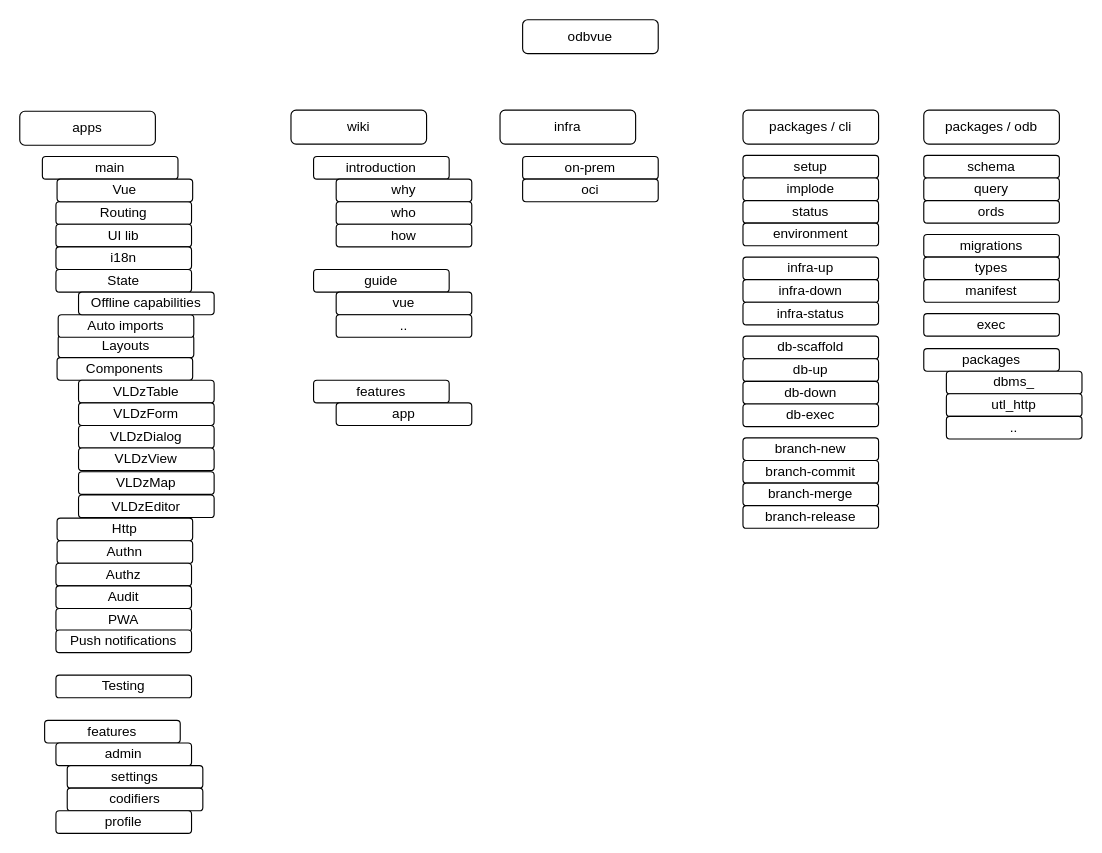
The draw.io diagram roadmap.drawio in odbvue/odbvue, before the edit. Source tidied: cells renumbered, new cells numbered last; positions are measured from the earlier drawing's top-left corner, leaving out a move shared by most shapes. Both pictures are drawn from the tidied source at 113%, with x=0, y=0 at pixel (19, 19).
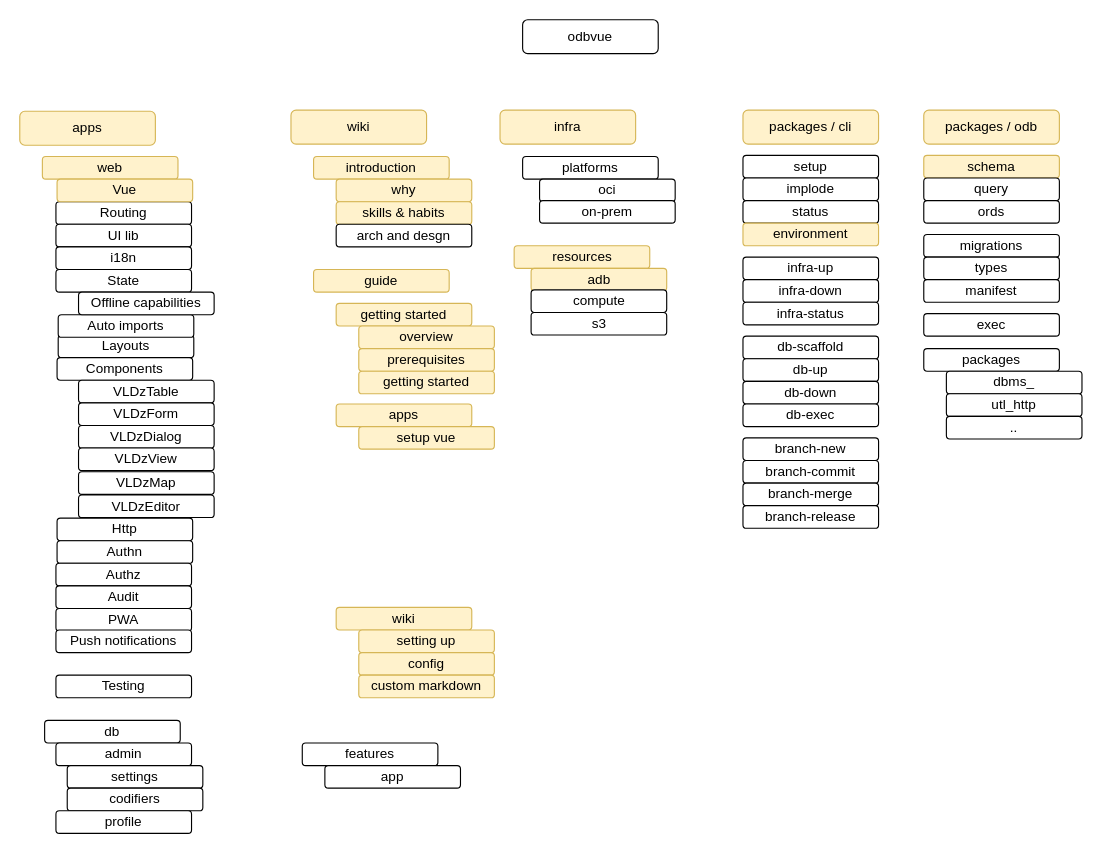
After the change.

The edit, as a diff of the source:
```diff
@@
-    <mxCell id="3" value="apps" style="rounded=1;whiteSpace=wrap;html=1;" parent="1" vertex="1">
+    <mxCell id="3" value="apps" style="rounded=1;whiteSpace=wrap;html=1;fillColor=#fff2cc;strokeColor=#d6b656;" parent="1" vertex="1">
       <mxGeometry y="81" width="120" height="30" as="geometry" />
     </mxCell>
-    <mxCell id="4" value="wiki" style="rounded=1;whiteSpace=wrap;html=1;" parent="1" vertex="1">
+    <mxCell id="4" value="wiki" style="rounded=1;whiteSpace=wrap;html=1;fillColor=#fff2cc;strokeColor=#d6b656;" parent="1" vertex="1">
       <mxGeometry x="240" y="80" width="120" height="30" as="geometry" />
     </mxCell>
-    <mxCell id="5" value="infra" style="rounded=1;whiteSpace=wrap;html=1;" parent="1" vertex="1">
+    <mxCell id="5" value="infra" style="rounded=1;whiteSpace=wrap;html=1;fillColor=#fff2cc;strokeColor=#d6b656;" parent="1" vertex="1">
       <mxGeometry x="425" y="80" width="120" height="30" as="geometry" />
     </mxCell>
-    <mxCell id="6" value="packages / cli" style="rounded=1;whiteSpace=wrap;html=1;" parent="1" vertex="1">
+    <mxCell id="6" value="packages / cli" style="rounded=1;whiteSpace=wrap;html=1;fillColor=#fff2cc;strokeColor=#d6b656;" parent="1" vertex="1">
       <mxGeometry x="640" y="80" width="120" height="30" as="geometry" />
     </mxCell>
-    <mxCell id="7" value="packages / odb" style="rounded=1;whiteSpace=wrap;html=1;" parent="1" vertex="1">
+    <mxCell id="7" value="packages / odb" style="rounded=1;whiteSpace=wrap;html=1;fillColor=#fff2cc;strokeColor=#d6b656;" parent="1" vertex="1">
       <mxGeometry x="800" y="80" width="120" height="30" as="geometry" />
     </mxCell>
@@
-    <mxCell id="17" value="environment" style="rounded=1;whiteSpace=wrap;html=1;" parent="1" vertex="1">
+    <mxCell id="17" value="environment" style="rounded=1;whiteSpace=wrap;html=1;fillColor=#fff2cc;strokeColor=#d6b656;" parent="1" vertex="1">
       <mxGeometry x="640" y="180" width="120" height="20" as="geometry" />
     </mxCell>
@@
-    <mxCell id="23" value="schema" style="rounded=1;whiteSpace=wrap;html=1;" parent="1" vertex="1">
+    <mxCell id="23" value="schema" style="rounded=1;whiteSpace=wrap;html=1;fillColor=#fff2cc;strokeColor=#d6b656;" parent="1" vertex="1">
       <mxGeometry x="800" y="120" width="120" height="20" as="geometry" />
     </mxCell>
@@
-    <mxCell id="34" value="on-prem" style="rounded=1;whiteSpace=wrap;html=1;" parent="1" vertex="1">
+    <mxCell id="34" value="platforms" style="rounded=1;whiteSpace=wrap;html=1;" parent="1" vertex="1">
       <mxGeometry x="445" y="121" width="120" height="20" as="geometry" />
     </mxCell>
     <mxCell id="35" value="oci" style="rounded=1;whiteSpace=wrap;html=1;" parent="1" vertex="1">
-      <mxGeometry x="445" y="141" width="120" height="20" as="geometry" />
+      <mxGeometry x="460" y="141" width="120" height="20" as="geometry" />
     </mxCell>
-    <mxCell id="36" value="main" style="rounded=1;whiteSpace=wrap;html=1;" parent="1" vertex="1">
+    <mxCell id="36" value="web" style="rounded=1;whiteSpace=wrap;html=1;fillColor=#fff2cc;strokeColor=#d6b656;" parent="1" vertex="1">
       <mxGeometry x="20" y="121" width="120" height="20" as="geometry" />
     </mxCell>
-    <mxCell id="37" value="features" style="rounded=1;whiteSpace=wrap;html=1;" parent="1" vertex="1">
+    <mxCell id="37" value="db" style="rounded=1;whiteSpace=wrap;html=1;" parent="1" vertex="1">
       <mxGeometry x="22" y="620" width="120" height="20" as="geometry" />
     </mxCell>
@@
-    <mxCell id="41" value="introduction" style="rounded=1;whiteSpace=wrap;html=1;" parent="1" vertex="1">
+    <mxCell id="41" value="introduction" style="rounded=1;whiteSpace=wrap;html=1;fillColor=#fff2cc;strokeColor=#d6b656;" parent="1" vertex="1">
       <mxGeometry x="260" y="121" width="120" height="20" as="geometry" />
     </mxCell>
-    <mxCell id="42" value="why" style="rounded=1;whiteSpace=wrap;html=1;" parent="1" vertex="1">
+    <mxCell id="42" value="why" style="rounded=1;whiteSpace=wrap;html=1;fillColor=#fff2cc;strokeColor=#d6b656;" parent="1" vertex="1">
       <mxGeometry x="280" y="141" width="120" height="20" as="geometry" />
     </mxCell>
-    <mxCell id="43" value="who" style="rounded=1;whiteSpace=wrap;html=1;" parent="1" vertex="1">
+    <mxCell id="43" value="skills &amp;amp; habits" style="rounded=1;whiteSpace=wrap;html=1;fillColor=#fff2cc;strokeColor=#d6b656;" parent="1" vertex="1">
       <mxGeometry x="280" y="161" width="120" height="20" as="geometry" />
     </mxCell>
-    <mxCell id="44" value="how" style="rounded=1;whiteSpace=wrap;html=1;" parent="1" vertex="1">
+    <mxCell id="44" value="arch and desgn" style="rounded=1;whiteSpace=wrap;html=1;" parent="1" vertex="1">
       <mxGeometry x="280" y="181" width="120" height="20" as="geometry" />
     </mxCell>
-    <mxCell id="45" value="guide" style="rounded=1;whiteSpace=wrap;html=1;" parent="1" vertex="1">
+    <mxCell id="45" value="guide" style="rounded=1;whiteSpace=wrap;html=1;fillColor=#fff2cc;strokeColor=#d6b656;" parent="1" vertex="1">
       <mxGeometry x="260" y="221" width="120" height="20" as="geometry" />
     </mxCell>
-    <mxCell id="46" value="vue" style="rounded=1;whiteSpace=wrap;html=1;" parent="1" vertex="1">
-      <mxGeometry x="280" y="241" width="120" height="20" as="geometry" />
+    <mxCell id="46" value="apps" style="rounded=1;whiteSpace=wrap;html=1;fillColor=#fff2cc;strokeColor=#d6b656;" parent="1" vertex="1">
+      <mxGeometry x="280" y="340" width="120" height="20" as="geometry" />
     </mxCell>
-    <mxCell id="47" value=".." style="rounded=1;whiteSpace=wrap;html=1;" parent="1" vertex="1">
-      <mxGeometry x="280" y="261" width="120" height="20" as="geometry" />
+    <mxCell id="47" value="getting started" style="rounded=1;whiteSpace=wrap;html=1;fillColor=#fff2cc;strokeColor=#d6b656;" parent="1" vertex="1">
+      <mxGeometry x="280" y="251" width="120" height="20" as="geometry" />
     </mxCell>
@@
-    <mxCell id="69" value="Vue" style="rounded=1;whiteSpace=wrap;html=1;" parent="1" vertex="1">
+    <mxCell id="69" value="Vue" style="rounded=1;whiteSpace=wrap;html=1;fillColor=#fff2cc;strokeColor=#d6b656;" parent="1" vertex="1">
       <mxGeometry x="33" y="141" width="120" height="20" as="geometry" />
     </mxCell>
@@
     <mxCell id="71" value="features" style="rounded=1;whiteSpace=wrap;html=1;" parent="1" vertex="1">
-      <mxGeometry x="260" y="319" width="120" height="20" as="geometry" />
+      <mxGeometry x="250" y="640" width="120" height="20" as="geometry" />
     </mxCell>
     <mxCell id="72" value="app" style="rounded=1;whiteSpace=wrap;html=1;" parent="1" vertex="1">
-      <mxGeometry x="280" y="339" width="120" height="20" as="geometry" />
+      <mxGeometry x="270" y="660" width="120" height="20" as="geometry" />
     </mxCell>
+    <mxCell id="73" value="on-prem" style="rounded=1;whiteSpace=wrap;html=1;" parent="1" vertex="1">
+      <mxGeometry x="460" y="160" width="120" height="20" as="geometry" />
+    </mxCell>
+    <mxCell id="74" value="resources" style="rounded=1;whiteSpace=wrap;html=1;fillColor=#fff2cc;strokeColor=#d6b656;" parent="1" vertex="1">
+      <mxGeometry x="437.5" y="200" width="120" height="20" as="geometry" />
+    </mxCell>
+    <mxCell id="75" value="adb" style="rounded=1;whiteSpace=wrap;html=1;fillColor=#fff2cc;strokeColor=#d6b656;" parent="1" vertex="1">
+      <mxGeometry x="452.5" y="220" width="120" height="20" as="geometry" />
+    </mxCell>
+    <mxCell id="76" value="compute" style="rounded=1;whiteSpace=wrap;html=1;" parent="1" vertex="1">
+      <mxGeometry x="452.5" y="239" width="120" height="20" as="geometry" />
+    </mxCell>
+    <mxCell id="77" value="s3" style="rounded=1;whiteSpace=wrap;html=1;" parent="1" vertex="1">
+      <mxGeometry x="452.5" y="259" width="120" height="20" as="geometry" />
+    </mxCell>
+    <mxCell id="78" value="overview" style="rounded=1;whiteSpace=wrap;html=1;fillColor=#fff2cc;strokeColor=#d6b656;" parent="1" vertex="1">
+      <mxGeometry x="300" y="271" width="120" height="20" as="geometry" />
+    </mxCell>
+    <mxCell id="79" value="prerequisites" style="rounded=1;whiteSpace=wrap;html=1;fillColor=#fff2cc;strokeColor=#d6b656;" parent="1" vertex="1">
+      <mxGeometry x="300" y="291" width="120" height="20" as="geometry" />
+    </mxCell>
+    <mxCell id="80" value="getting started" style="rounded=1;whiteSpace=wrap;html=1;fillColor=#fff2cc;strokeColor=#d6b656;" parent="1" vertex="1">
+      <mxGeometry x="300" y="311" width="120" height="20" as="geometry" />
+    </mxCell>
+    <mxCell id="81" value="wiki" style="rounded=1;whiteSpace=wrap;html=1;fillColor=#fff2cc;strokeColor=#d6b656;" parent="1" vertex="1">
+      <mxGeometry x="280" y="520" width="120" height="20" as="geometry" />
+    </mxCell>
+    <mxCell id="82" value="setting up" style="rounded=1;whiteSpace=wrap;html=1;fillColor=#fff2cc;strokeColor=#d6b656;" parent="1" vertex="1">
+      <mxGeometry x="300" y="540" width="120" height="20" as="geometry" />
+    </mxCell>
+    <mxCell id="83" value="config" style="rounded=1;whiteSpace=wrap;html=1;fillColor=#fff2cc;strokeColor=#d6b656;" parent="1" vertex="1">
+      <mxGeometry x="300" y="560" width="120" height="20" as="geometry" />
+    </mxCell>
+    <mxCell id="84" value="custom markdown" style="rounded=1;whiteSpace=wrap;html=1;fillColor=#fff2cc;strokeColor=#d6b656;" parent="1" vertex="1">
+      <mxGeometry x="300" y="580" width="120" height="20" as="geometry" />
+    </mxCell>
+    <mxCell id="85" value="setup vue" style="rounded=1;whiteSpace=wrap;html=1;fillColor=#fff2cc;strokeColor=#d6b656;" parent="1" vertex="1">
+      <mxGeometry x="300" y="360" width="120" height="20" as="geometry" />
+    </mxCell>
```
